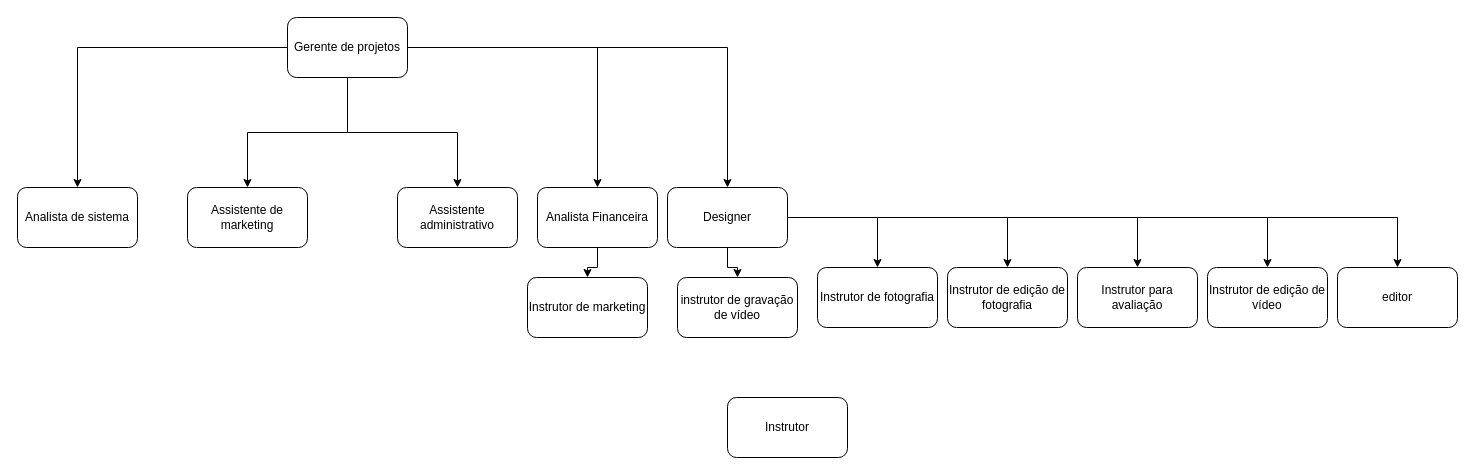
This is Untitled Diagram.drawio from gusleaooliveira/bpmn, a draw.io file, before an edit. Source tidied: cells renumbered, new cells numbered last; positions are measured from the earlier drawing's top-left corner, leaving out a move shared by most shapes. Both pictures are drawn from the tidied source at 100%, with x=0, y=0 at pixel (17, 17).
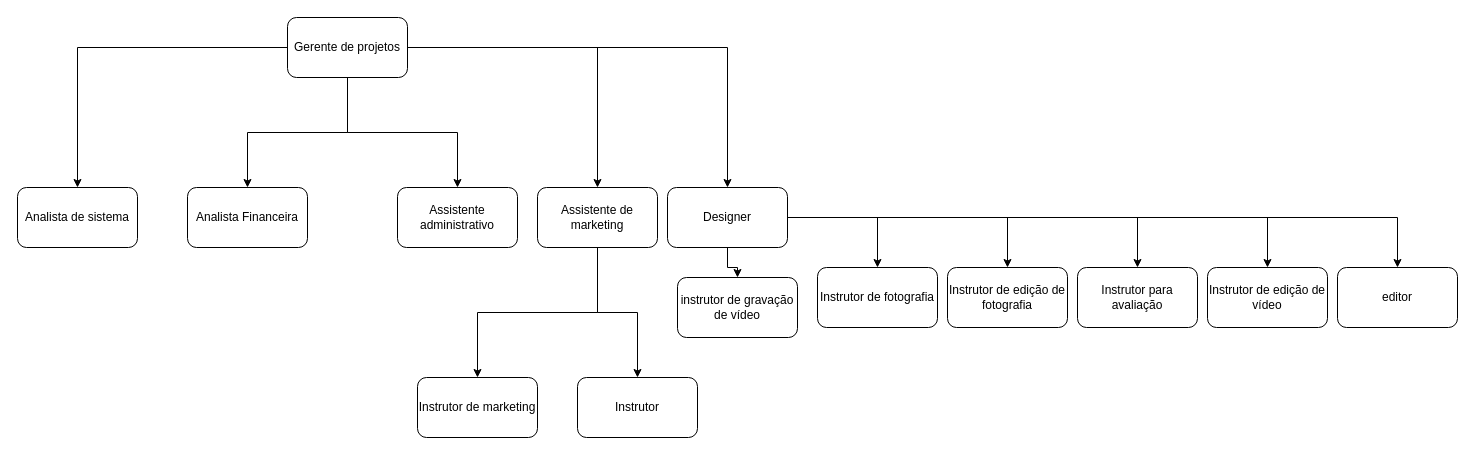
The same page after the edit.

The change refers to these unchanged cells:
```xml
<mxCell id="7" value="Gerente de projetos" style="rounded=1;whiteSpace=wrap;html=1;" parent="1" vertex="1">
  <mxGeometry x="270" width="120" height="60" as="geometry" />
</mxCell>
```

The edit, as a diff of the source:
```diff
@@
-    <mxCell id="3" style="edgeStyle=orthogonalEdgeStyle;rounded=0;jettySize=auto;html=1;" parent="1" edge="1" source="7" target="9">
+    <mxCell id="3" style="edgeStyle=orthogonalEdgeStyle;rounded=0;jettySize=auto;html=1;" parent="1" edge="1" source="7" target="12">
       <mxGeometry relative="1" as="geometry" />
     </mxCell>
@@
-    <mxCell id="5" style="edgeStyle=orthogonalEdgeStyle;rounded=0;jettySize=auto;html=1;" parent="1" edge="1" source="7" target="12">
+    <mxCell id="5" style="edgeStyle=orthogonalEdgeStyle;rounded=0;jettySize=auto;html=1;" parent="1" edge="1" source="7" target="9">
       <mxGeometry relative="1" as="geometry" />
     </mxCell>
@@
-    <mxCell id="9" value="Assistente de marketing" style="rounded=1;whiteSpace=wrap;html=1;" parent="1" vertex="1">
-      <mxGeometry x="170" y="170" width="120" height="60" as="geometry" />
-    </mxCell>
@@
-    <mxCell id="11" style="edgeStyle=orthogonalEdgeStyle;rounded=0;jettySize=auto;html=1;" parent="1" edge="1" source="12" target="25">
-      <mxGeometry relative="1" as="geometry" />
-    </mxCell>
-    <mxCell id="12" value="Analista Financeira" style="rounded=1;whiteSpace=wrap;html=1;" parent="1" vertex="1">
-      <mxGeometry x="520" y="170" width="120" height="60" as="geometry" />
-    </mxCell>
@@
     <mxCell id="20" value="Instrutor" style="rounded=1;whiteSpace=wrap;html=1;" parent="1" vertex="1">
-      <mxGeometry x="710" y="380" width="120" height="60" as="geometry" />
+      <mxGeometry x="560" y="360" width="120" height="60" as="geometry" />
     </mxCell>
@@
     <mxCell id="25" value="&lt;span style=&quot;font-family: &amp;#34;arial&amp;#34; ; text-align: left ; background-color: rgb(255 , 255 , 255)&quot;&gt;Instrutor de marketing&lt;/span&gt;" style="rounded=1;whiteSpace=wrap;html=1;" parent="1" vertex="1">
-      <mxGeometry x="510" y="260" width="120" height="60" as="geometry" />
+      <mxGeometry x="400" y="360" width="120" height="60" as="geometry" />
     </mxCell>
@@
+    <mxCell id="28" style="edgeStyle=orthogonalEdgeStyle;rounded=0;jettySize=auto;html=1;" parent="1" edge="1" source="9" target="25">
+      <mxGeometry relative="1" as="geometry" />
+    </mxCell>
+    <mxCell id="29" style="edgeStyle=orthogonalEdgeStyle;rounded=0;jettySize=auto;html=1;" parent="1" edge="1" source="9" target="20">
+      <mxGeometry relative="1" as="geometry" />
+    </mxCell>
+    <mxCell id="9" value="Assistente de marketing" style="rounded=1;whiteSpace=wrap;html=1;" parent="1" vertex="1">
+      <mxGeometry x="520" y="170" width="120" height="60" as="geometry" />
+    </mxCell>
+    <mxCell id="12" value="Analista Financeira" style="rounded=1;whiteSpace=wrap;html=1;" parent="1" vertex="1">
+      <mxGeometry x="170" y="170" width="120" height="60" as="geometry" />
+    </mxCell>
```
